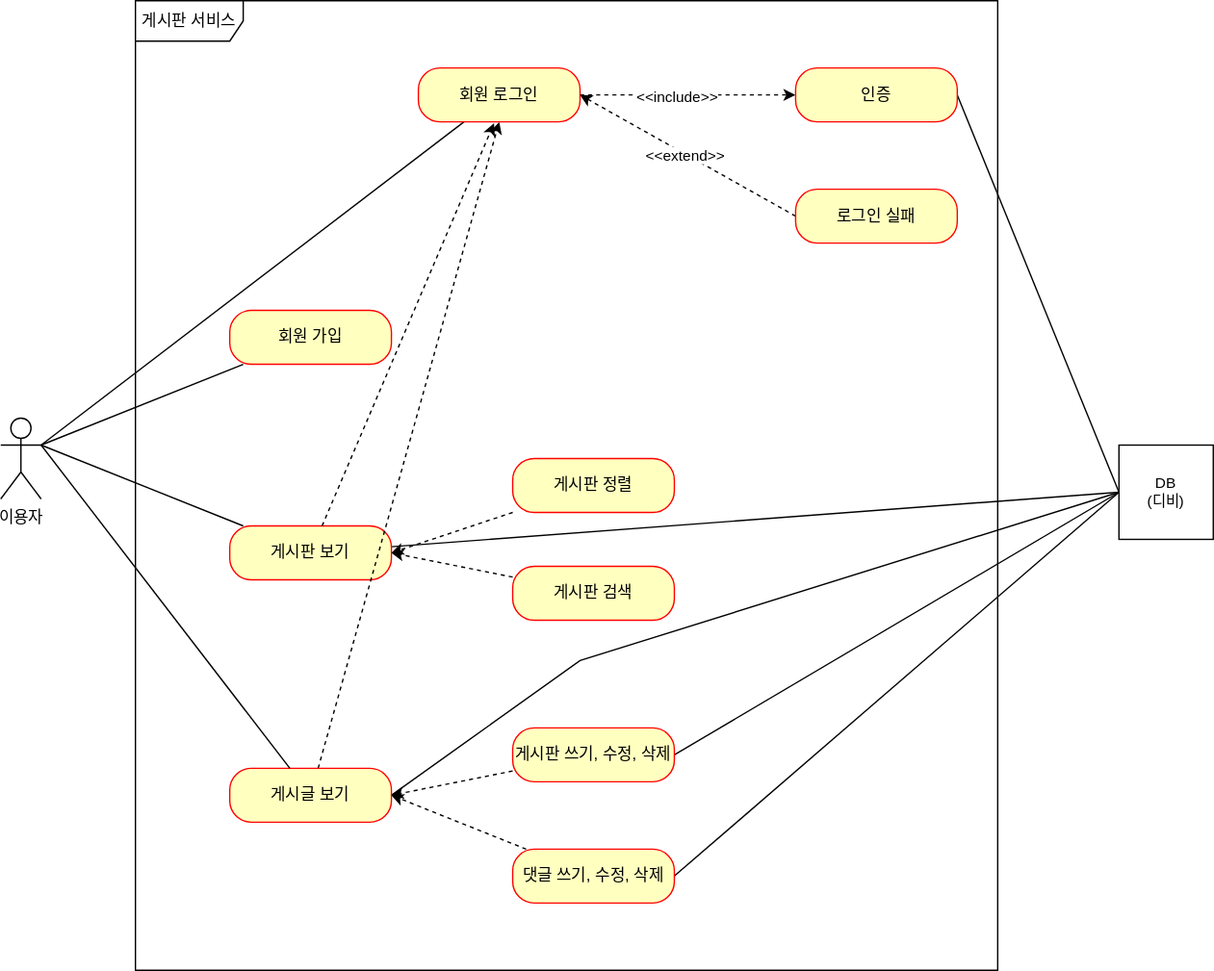
skorea6/fc-project-board keeps this draw.io diagram as document/use-case.svg. Above is the earlier version. Source tidied: cells renumbered, new cells last; positions are measured from the earlier drawing's top-left corner, leaving out a move shared by most shapes. Its diagram source:
```xml
<mxGraphModel>
  <root>
    <mxCell id="0" />
    <mxCell id="1" parent="0" />
    <mxCell id="2" value="이용자" style="shape=umlActor;verticalLabelPosition=bottom;verticalAlign=top;html=1;" parent="1" vertex="1">
      <mxGeometry y="310" width="30" height="60" as="geometry" />
    </mxCell>
    <mxCell id="3" value="게시판 서비스" style="shape=umlFrame;whiteSpace=wrap;html=1;width=80;height=30;" parent="1" vertex="1">
      <mxGeometry x="100" width="640" height="720" as="geometry" />
    </mxCell>
    <mxCell id="4" style="rounded=0;jettySize=auto;html=1;endArrow=none;endFill=0;entryX=1;entryY=0.3333333333333333;entryDx=0;entryDy=0;entryPerimeter=0;" parent="1" edge="1" source="5" target="2">
      <mxGeometry relative="1" as="geometry" />
    </mxCell>
    <mxCell id="5" value="회원 가입" style="rounded=1;whiteSpace=wrap;html=1;arcSize=40;fontColor=#000000;fillColor=#ffffc0;strokeColor=#ff0000;" parent="1" vertex="1">
      <mxGeometry x="170" y="230" width="120" height="40" as="geometry" />
    </mxCell>
    <mxCell id="6" style="edgeStyle=none;shape=connector;rounded=0;jettySize=auto;html=1;labelBackgroundColor=default;strokeColor=default;align=center;verticalAlign=middle;fontFamily=Helvetica;fontSize=11;fontColor=default;endArrow=none;endFill=0;entryX=1;entryY=0.3333333333333333;entryDx=0;entryDy=0;entryPerimeter=0;" parent="1" edge="1" source="8" target="2">
      <mxGeometry relative="1" as="geometry" />
    </mxCell>
    <mxCell id="7" style="edgeStyle=none;shape=connector;rounded=0;jettySize=auto;html=1;entryX=0;entryY=0.5;entryDx=0;entryDy=0;labelBackgroundColor=default;strokeColor=default;align=center;verticalAlign=middle;fontFamily=Helvetica;fontSize=11;fontColor=default;endArrow=none;endFill=0;" parent="1" edge="1" source="8" target="33">
      <mxGeometry relative="1" as="geometry" />
    </mxCell>
    <mxCell id="8" value="게시판 보기" style="rounded=1;whiteSpace=wrap;html=1;arcSize=40;fontColor=#000000;fillColor=#ffffc0;strokeColor=#ff0000;" parent="1" vertex="1">
      <mxGeometry x="170" y="390" width="120" height="40" as="geometry" />
    </mxCell>
    <mxCell id="9" style="edgeStyle=none;shape=connector;rounded=0;jettySize=auto;html=1;entryX=0.5;entryY=1;entryDx=0;entryDy=0;dashed=1;labelBackgroundColor=default;strokeColor=default;align=center;verticalAlign=middle;fontFamily=Helvetica;fontSize=11;fontColor=default;endArrow=classic;endFill=1;" parent="1" edge="1" source="11" target="15">
      <mxGeometry relative="1" as="geometry" />
    </mxCell>
    <mxCell id="10" style="edgeStyle=none;shape=connector;rounded=0;jettySize=auto;html=1;entryX=0;entryY=0.5;entryDx=0;entryDy=0;labelBackgroundColor=default;strokeColor=default;align=center;verticalAlign=middle;fontFamily=Helvetica;fontSize=11;fontColor=default;endArrow=none;endFill=0;exitX=1;exitY=0.5;exitDx=0;exitDy=0;" parent="1" edge="1" source="11" target="33">
      <mxGeometry relative="1" as="geometry">
        <Array as="points">
          <mxPoint x="430" y="490" />
        </Array>
      </mxGeometry>
    </mxCell>
    <mxCell id="11" value="게시글 보기" style="rounded=1;whiteSpace=wrap;html=1;arcSize=40;fontColor=#000000;fillColor=#ffffc0;strokeColor=#ff0000;" parent="1" vertex="1">
      <mxGeometry x="170" y="570" width="120" height="40" as="geometry" />
    </mxCell>
    <mxCell id="12" style="edgeStyle=none;shape=connector;rounded=0;jettySize=auto;html=1;labelBackgroundColor=default;strokeColor=default;align=center;verticalAlign=middle;fontFamily=Helvetica;fontSize=11;fontColor=default;endArrow=none;endFill=0;entryX=1;entryY=0.3333333333333333;entryDx=0;entryDy=0;entryPerimeter=0;" parent="1" edge="1" source="15" target="2">
      <mxGeometry relative="1" as="geometry" />
    </mxCell>
    <mxCell id="13" style="edgeStyle=none;shape=connector;rounded=0;jettySize=auto;html=1;exitX=1;exitY=0.5;exitDx=0;exitDy=0;labelBackgroundColor=default;strokeColor=default;align=center;verticalAlign=middle;fontFamily=Helvetica;fontSize=11;fontColor=default;endArrow=classic;endFill=1;dashed=1;" parent="1" edge="1" source="15" target="17">
      <mxGeometry relative="1" as="geometry" />
    </mxCell>
    <mxCell id="14" value="&amp;lt;&amp;lt;include&amp;gt;&amp;gt;" style="edgeLabel;html=1;align=center;verticalAlign=middle;fontSize=11;fontFamily=Helvetica;fontColor=default;" parent="13" vertex="1">
      <mxGeometry x="-0.11" y="-1" relative="1" as="geometry" />
    </mxCell>
    <mxCell id="15" value="회원 로그인" style="rounded=1;whiteSpace=wrap;html=1;arcSize=40;fontColor=#000000;fillColor=#ffffc0;strokeColor=#ff0000;" parent="1" vertex="1">
      <mxGeometry x="310" y="50" width="120" height="40" as="geometry" />
    </mxCell>
    <mxCell id="16" style="shape=connector;rounded=0;jettySize=auto;html=1;exitX=1;exitY=0.5;exitDx=0;exitDy=0;entryX=0;entryY=0.5;entryDx=0;entryDy=0;labelBackgroundColor=default;strokeColor=default;align=center;verticalAlign=middle;fontFamily=Helvetica;fontSize=11;fontColor=default;endArrow=none;endFill=0;" parent="1" edge="1" source="17" target="33">
      <mxGeometry relative="1" as="geometry" />
    </mxCell>
    <mxCell id="17" value="인증" style="rounded=1;whiteSpace=wrap;html=1;arcSize=40;fontColor=#000000;fillColor=#ffffc0;strokeColor=#ff0000;" parent="1" vertex="1">
      <mxGeometry x="590" y="50" width="120" height="40" as="geometry" />
    </mxCell>
    <mxCell id="18" style="edgeStyle=none;shape=connector;rounded=0;jettySize=auto;html=1;entryX=1;entryY=0.5;entryDx=0;entryDy=0;dashed=1;labelBackgroundColor=default;strokeColor=default;align=center;verticalAlign=middle;fontFamily=Helvetica;fontSize=11;fontColor=default;endArrow=classic;endFill=1;" parent="1" edge="1" source="19" target="8">
      <mxGeometry relative="1" as="geometry" />
    </mxCell>
    <mxCell id="19" value="게시판 검색" style="rounded=1;whiteSpace=wrap;html=1;arcSize=40;fontColor=#000000;fillColor=#ffffc0;strokeColor=#ff0000;" parent="1" vertex="1">
      <mxGeometry x="380" y="420" width="120" height="40" as="geometry" />
    </mxCell>
    <mxCell id="20" style="edgeStyle=none;shape=connector;rounded=0;jettySize=auto;html=1;exitX=0;exitY=0.5;exitDx=0;exitDy=0;entryX=1;entryY=0.5;entryDx=0;entryDy=0;labelBackgroundColor=default;strokeColor=default;align=center;verticalAlign=middle;fontFamily=Helvetica;fontSize=11;fontColor=default;endArrow=classic;endFill=1;dashed=1;" parent="1" edge="1" source="22" target="15">
      <mxGeometry relative="1" as="geometry" />
    </mxCell>
    <mxCell id="21" value="&amp;lt;&amp;lt;extend&amp;gt;&amp;gt;" style="edgeLabel;html=1;align=center;verticalAlign=middle;fontSize=11;fontFamily=Helvetica;fontColor=default;" parent="20" vertex="1">
      <mxGeometry x="0.03" y="1" relative="1" as="geometry" />
    </mxCell>
    <mxCell id="22" value="로그인 실패" style="rounded=1;whiteSpace=wrap;html=1;arcSize=40;fontColor=#000000;fillColor=#ffffc0;strokeColor=#ff0000;" parent="1" vertex="1">
      <mxGeometry x="590" y="140" width="120" height="40" as="geometry" />
    </mxCell>
    <mxCell id="23" style="edgeStyle=none;shape=connector;rounded=0;jettySize=auto;html=1;entryX=1;entryY=0.5;entryDx=0;entryDy=0;dashed=1;labelBackgroundColor=default;strokeColor=default;align=center;verticalAlign=middle;fontFamily=Helvetica;fontSize=11;fontColor=default;endArrow=classic;endFill=1;" parent="1" edge="1" source="24" target="8">
      <mxGeometry relative="1" as="geometry" />
    </mxCell>
    <mxCell id="24" value="게시판 정렬" style="rounded=1;whiteSpace=wrap;html=1;arcSize=40;fontColor=#000000;fillColor=#ffffc0;strokeColor=#ff0000;" parent="1" vertex="1">
      <mxGeometry x="380" y="340" width="120" height="40" as="geometry" />
    </mxCell>
    <mxCell id="25" style="edgeStyle=none;shape=connector;rounded=0;jettySize=auto;html=1;entryX=1;entryY=0.5;entryDx=0;entryDy=0;dashed=1;labelBackgroundColor=default;strokeColor=default;align=center;verticalAlign=middle;fontFamily=Helvetica;fontSize=11;fontColor=default;endArrow=classic;endFill=1;" parent="1" edge="1" source="27" target="11">
      <mxGeometry relative="1" as="geometry" />
    </mxCell>
    <mxCell id="26" style="edgeStyle=none;shape=connector;rounded=0;jettySize=auto;html=1;exitX=1;exitY=0.5;exitDx=0;exitDy=0;entryX=0;entryY=0.5;entryDx=0;entryDy=0;labelBackgroundColor=default;strokeColor=default;align=center;verticalAlign=middle;fontFamily=Helvetica;fontSize=11;fontColor=default;endArrow=none;endFill=0;" parent="1" edge="1" source="27" target="33">
      <mxGeometry relative="1" as="geometry" />
    </mxCell>
    <mxCell id="27" value="게시판 쓰기, 수정, 삭제" style="rounded=1;whiteSpace=wrap;html=1;arcSize=40;fontColor=#000000;fillColor=#ffffc0;strokeColor=#ff0000;" parent="1" vertex="1">
      <mxGeometry x="380" y="540" width="120" height="40" as="geometry" />
    </mxCell>
    <mxCell id="28" style="edgeStyle=none;shape=connector;rounded=0;jettySize=auto;html=1;entryX=1;entryY=0.5;entryDx=0;entryDy=0;dashed=1;labelBackgroundColor=default;strokeColor=default;align=center;verticalAlign=middle;fontFamily=Helvetica;fontSize=11;fontColor=default;endArrow=classic;endFill=1;" parent="1" edge="1" source="30" target="11">
      <mxGeometry relative="1" as="geometry" />
    </mxCell>
    <mxCell id="29" style="edgeStyle=none;shape=connector;rounded=0;jettySize=auto;html=1;exitX=1;exitY=0.5;exitDx=0;exitDy=0;entryX=0;entryY=0.5;entryDx=0;entryDy=0;labelBackgroundColor=default;strokeColor=default;align=center;verticalAlign=middle;fontFamily=Helvetica;fontSize=11;fontColor=default;endArrow=none;endFill=0;" parent="1" edge="1" source="30" target="33">
      <mxGeometry relative="1" as="geometry" />
    </mxCell>
    <mxCell id="30" value="댓글 쓰기, 수정, 삭제" style="rounded=1;whiteSpace=wrap;html=1;arcSize=40;fontColor=#000000;fillColor=#ffffc0;strokeColor=#ff0000;" parent="1" vertex="1">
      <mxGeometry x="380" y="630" width="120" height="40" as="geometry" />
    </mxCell>
    <mxCell id="31" style="edgeStyle=none;shape=connector;rounded=0;jettySize=auto;html=1;labelBackgroundColor=default;strokeColor=default;align=center;verticalAlign=middle;fontFamily=Helvetica;fontSize=11;fontColor=default;endArrow=none;endFill=0;entryX=1;entryY=0.3333333333333333;entryDx=0;entryDy=0;entryPerimeter=0;" parent="1" edge="1" source="11" target="2">
      <mxGeometry relative="1" as="geometry" />
    </mxCell>
    <mxCell id="32" style="edgeStyle=none;shape=connector;rounded=0;jettySize=auto;html=1;entryX=0.468;entryY=1.025;entryDx=0;entryDy=0;entryPerimeter=0;dashed=1;labelBackgroundColor=default;strokeColor=default;align=center;verticalAlign=middle;fontFamily=Helvetica;fontSize=11;fontColor=default;endArrow=classic;endFill=1;" parent="1" edge="1" source="8" target="15">
      <mxGeometry relative="1" as="geometry" />
    </mxCell>
    <mxCell id="33" value="DB&lt;br&gt;(디비)" style="html=1;whiteSpace=wrap;fontFamily=Helvetica;fontSize=11;fontColor=default;" parent="1" vertex="1">
      <mxGeometry x="830" y="330" width="70" height="70" as="geometry" />
    </mxCell>
  </root>
</mxGraphModel>
```
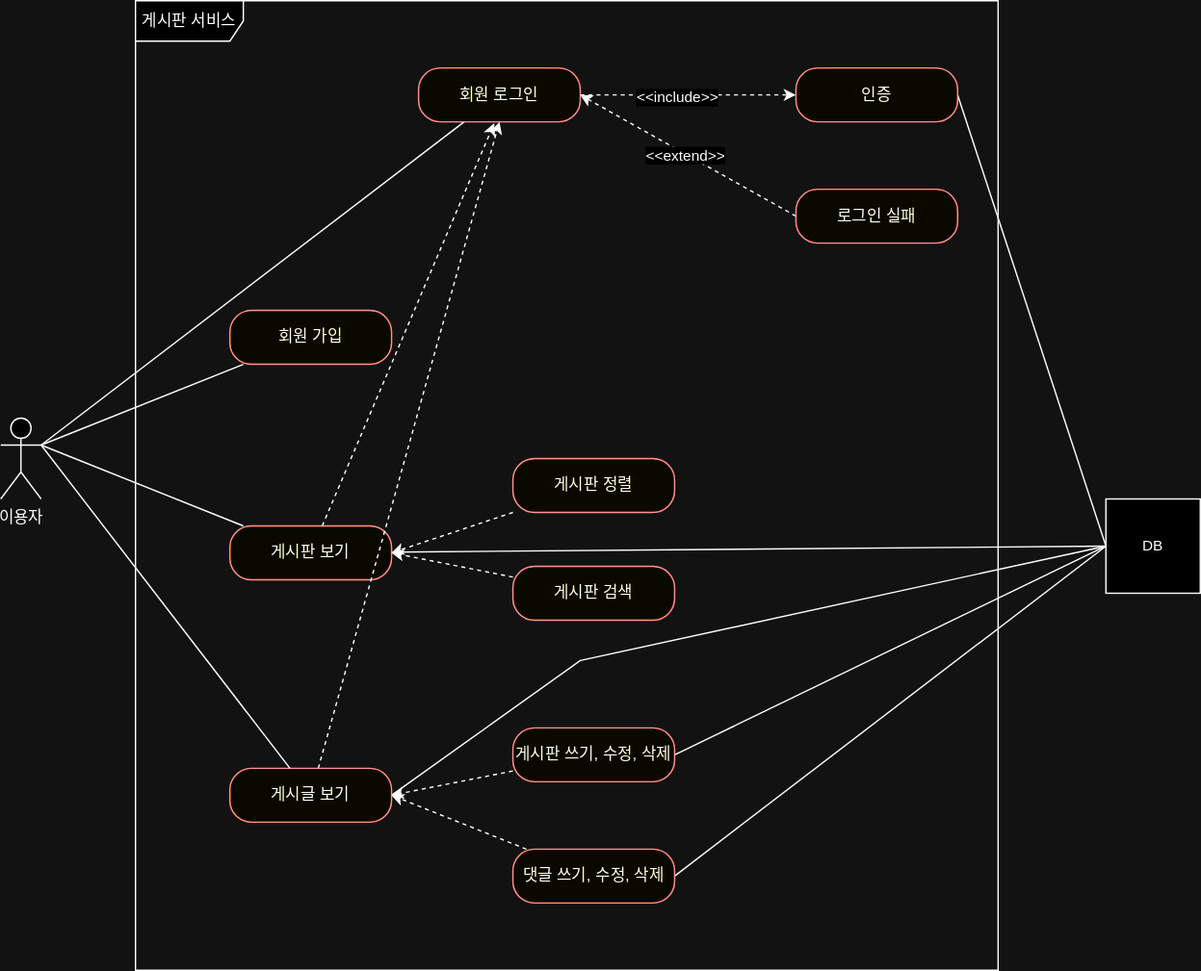
The same diagram one commit later.

Commit message:
Revert "디비 텍스트 업데이트 테스트"

This reverts commit 4245fbe0b9b821d5bfd567659522d41fe2f96365.

What changed in the source:
```diff
@@ -99,8 +99,8 @@
     <mxCell id="32" style="edgeStyle=none;shape=connector;rounded=0;jettySize=auto;html=1;entryX=0.468;entryY=1.025;entryDx=0;entryDy=0;entryPerimeter=0;dashed=1;labelBackgroundColor=default;strokeColor=default;align=center;verticalAlign=middle;fontFamily=Helvetica;fontSize=11;fontColor=default;endArrow=classic;endFill=1;" parent="1" edge="1" source="8" target="15">
       <mxGeometry relative="1" as="geometry" />
     </mxCell>
-    <mxCell id="33" value="DB&lt;br&gt;(디비)" style="html=1;whiteSpace=wrap;fontFamily=Helvetica;fontSize=11;fontColor=default;" parent="1" vertex="1">
-      <mxGeometry x="830" y="330" width="70" height="70" as="geometry" />
+    <mxCell id="33" value="DB" style="html=1;whiteSpace=wrap;fontFamily=Helvetica;fontSize=11;fontColor=default;" parent="1" vertex="1">
+      <mxGeometry x="820" y="370" width="70" height="70" as="geometry" />
     </mxCell>
   </root>
 </mxGraphModel>
```
